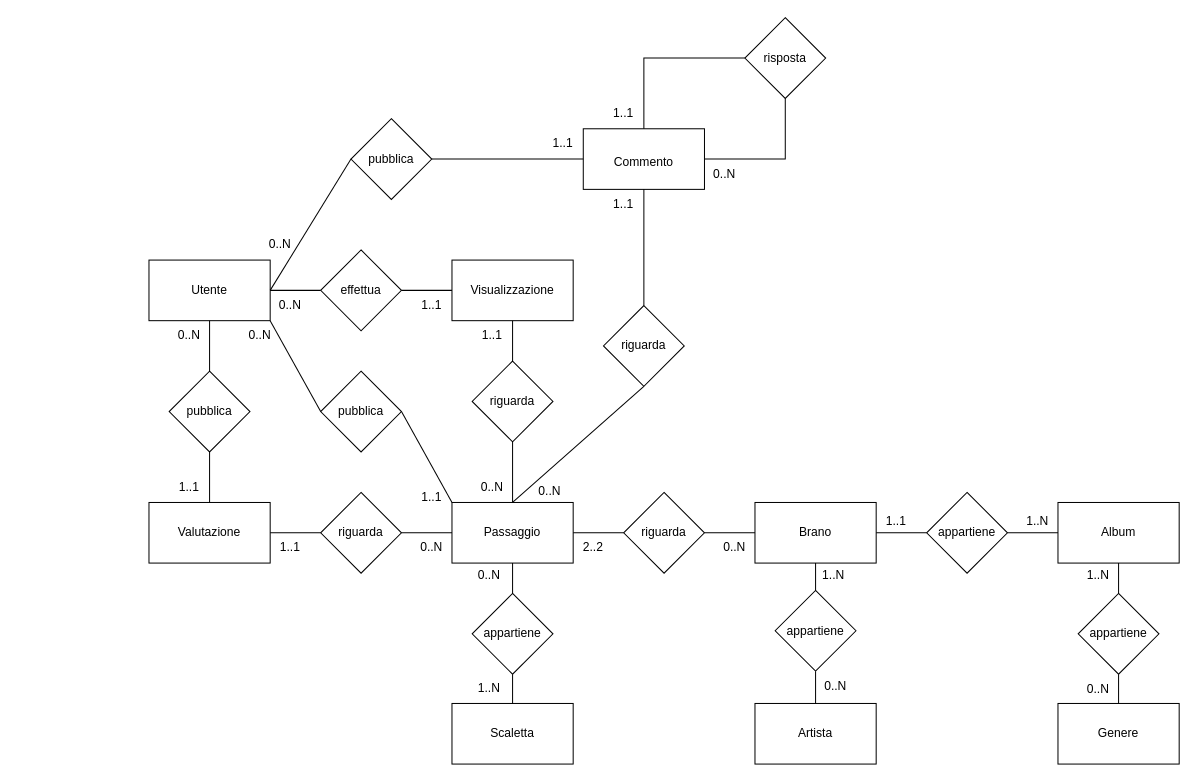
Above: Diagramma ER.drawio in stefadb/DJ_SOCIAL_NETWORK_MIXTO (draw.io), before the change. Source tidied: cells renumbered, new cells numbered last; positions are measured from the earlier drawing's top-left corner, leaving out a move shared by most shapes. Both pictures are drawn from the tidied source at 101%, with x=0, y=0 at pixel (148, 17).
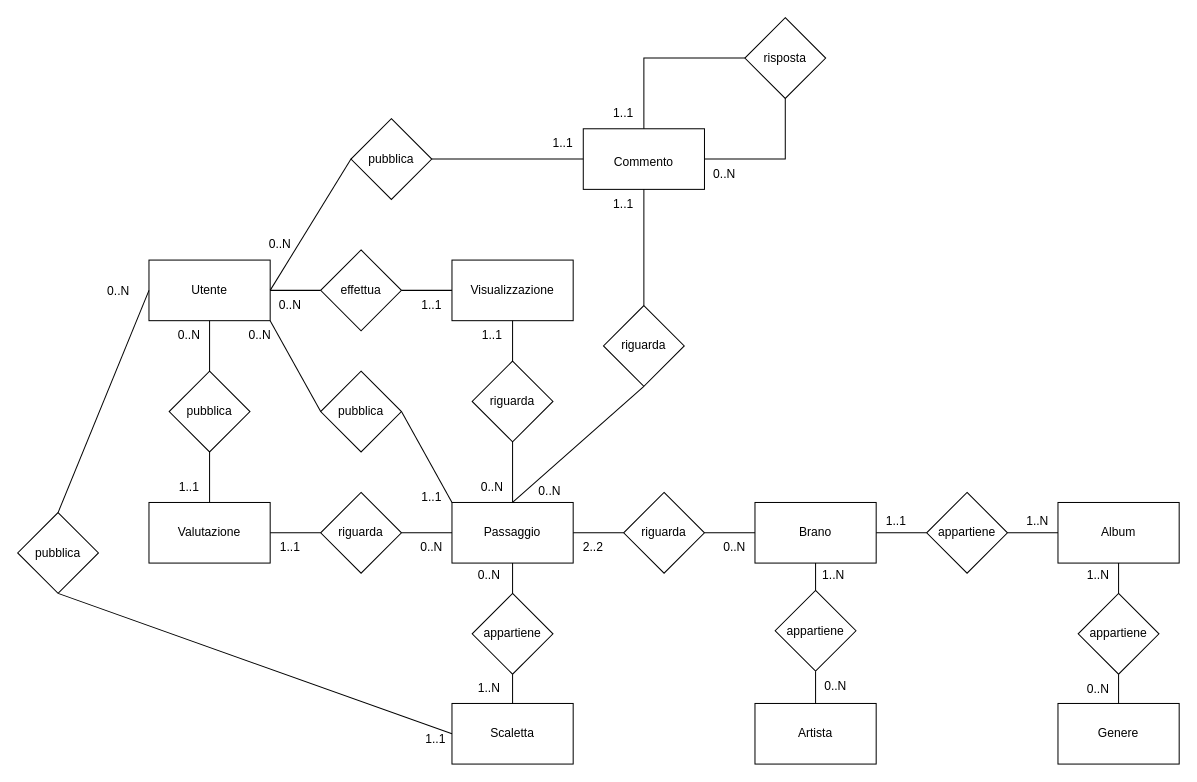
Above is the later version.

Unchanged cells that the change refers to:
```xml
<mxCell id="16" style="rounded=0;whiteSpace=wrap;html=1;" parent="1" vertex="1">
  <mxGeometry y="240" width="120" height="60" as="geometry" />
</mxCell>
<mxCell id="92" style="rounded=0;whiteSpace=wrap;html=1;" parent="1" vertex="1">
  <mxGeometry x="300" y="679" width="120" height="60" as="geometry" />
</mxCell>
```

Change to the diagram source:
```diff
@@
+    <mxCell id="100" style="endArrow=none;html=1;rounded=0;exitX=0;exitY=0.5;exitDx=0;exitDy=0;entryX=0.5;entryY=1;entryDx=0;entryDy=0;" parent="1" edge="1" source="92" target="101">
+      <mxGeometry relative="1" as="geometry" />
+    </mxCell>
+    <mxCell id="101" style="rhombus;whiteSpace=wrap;html=1;" parent="1" vertex="1">
+      <mxGeometry x="-130" y="490" width="80" height="80" as="geometry" />
+    </mxCell>
+    <mxCell id="102" value="pubblica" style="text;html=1;align=center;verticalAlign=middle;whiteSpace=wrap;rounded=0;" parent="1" vertex="1">
+      <mxGeometry x="-120" y="515" width="60" height="30" as="geometry" />
+    </mxCell>
+    <mxCell id="103" style="endArrow=none;html=1;rounded=0;exitX=0.5;exitY=0;exitDx=0;exitDy=0;entryX=0;entryY=0.5;entryDx=0;entryDy=0;" parent="1" edge="1" source="101" target="16">
+      <mxGeometry relative="1" as="geometry" />
+    </mxCell>
+    <mxCell id="104" value="1..1" style="text;html=1;align=center;verticalAlign=middle;whiteSpace=wrap;rounded=0;" parent="1" vertex="1">
+      <mxGeometry x="254" y="700" width="60" height="30" as="geometry" />
+    </mxCell>
+    <mxCell id="105" value="0..N" style="text;html=1;align=center;verticalAlign=middle;whiteSpace=wrap;rounded=0;" parent="1" vertex="1">
+      <mxGeometry x="-60" y="256" width="60" height="30" as="geometry" />
+    </mxCell>
```
